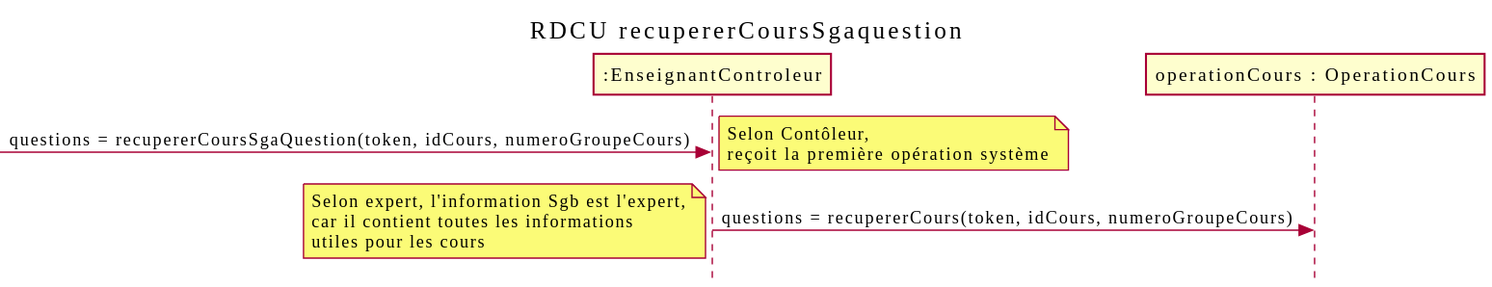
nerdz88/SGA-TS keeps this PlantUML diagram as out/docs/Ajouter question/RDCU_Ajouter_Question/recupererCoursSgaQuestion.svg. Above is the earlier version.
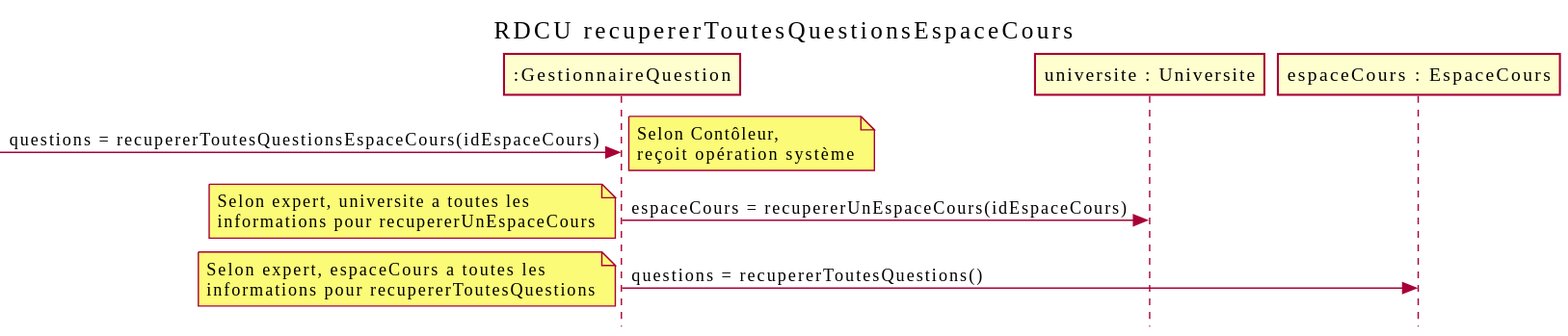
The same file after the commit.

The edit, as a diff of the source:
```diff
@@ -1,11 +1,14 @@
 @startuml
 skinparam style strictuml
 skinparam defaultfontname Verdana
-title RDCU recupererCoursSgaquestion
-participant ":EnseignantControleur" as sga
-participant "operationCours : OperationCours" as opCours
-->sga : questions = recupererCoursSgaQuestion(token, idCours, numeroGroupeCours)
-note left : Selon Contôleur,\nreçoit la première opération système
-sga->opCours: questions = recupererCours(token, idCours, numeroGroupeCours)
-note left : Selon expert, l'information Sgb est l'expert,\ncar il contient toutes les informations\nutiles pour les cours
+title RDCU recupererToutesQuestionsEspaceCours
+participant ":GestionnaireQuestion" as gestionnaireQuestion
+participant "universite : Universite" as universite
+participant "espaceCours : EspaceCours" as cours
+->gestionnaireQuestion : questions = recupererToutesQuestionsEspaceCours(idEspaceCours)
+note left : Selon Contôleur,\nreçoit opération système
+gestionnaireQuestion -> universite : espaceCours = recupererUnEspaceCours(idEspaceCours)
+note left : Selon expert, universite a toutes les\ninformations pour recupererUnEspaceCours
+gestionnaireQuestion -> cours : questions = recupererToutesQuestions()
+note left : Selon expert, espaceCours a toutes les\ninformations pour recupererToutesQuestions
 @enduml
```
